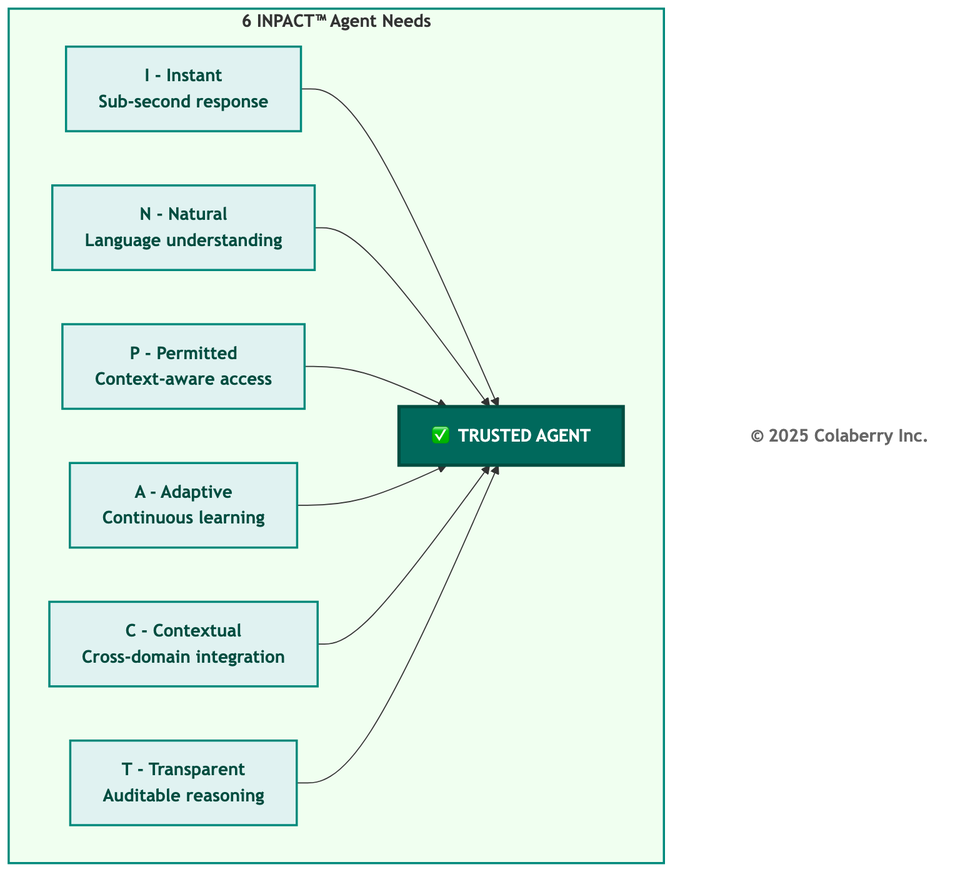
Earlier version of the Mermaid export manuscript/figures/01_chapter_0_trust_before_intelligence-diagram-03.png (saitejesh-cyber/trust-before-intelligence-book). Its source is kept beside it as mermaid-source/01_chapter_0_trust_before_intelligence-diagram-03.mmd.
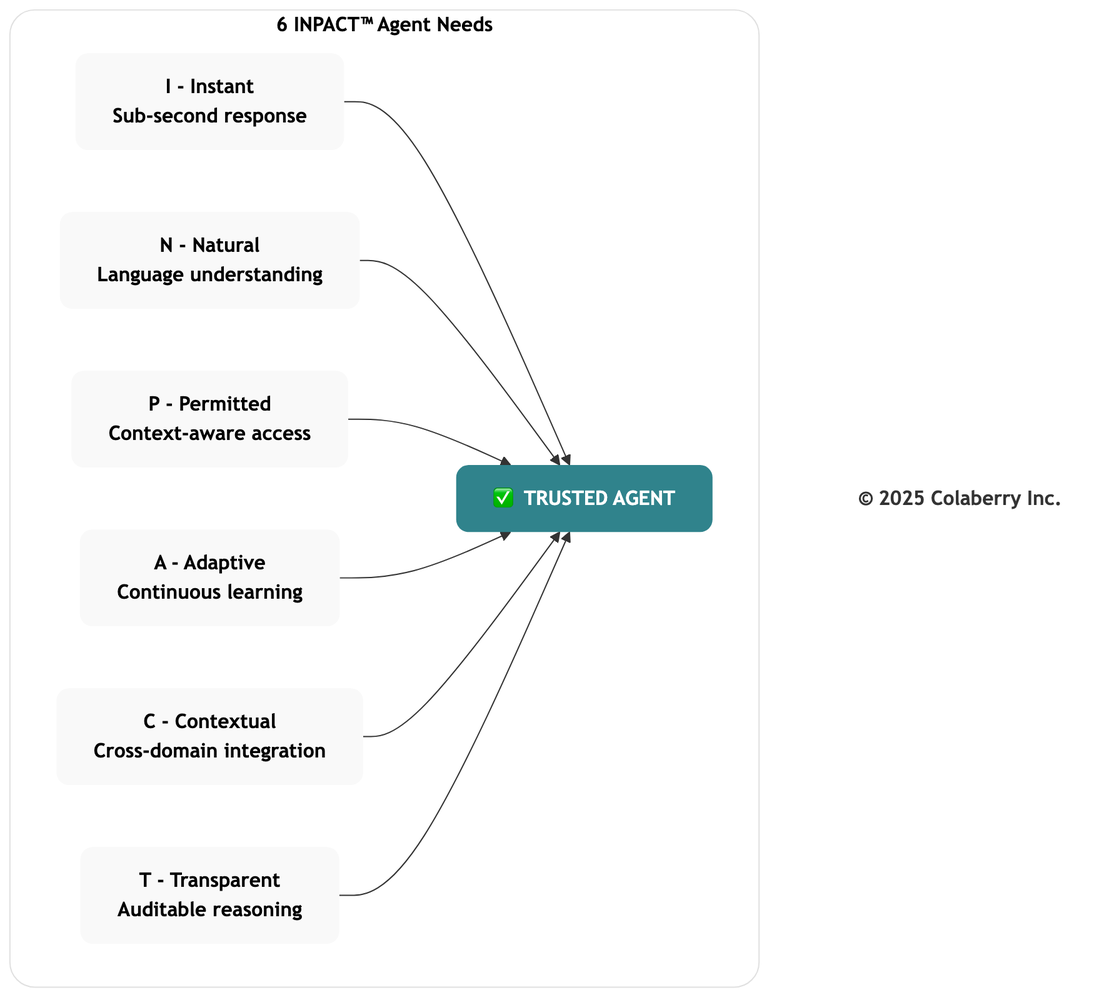
After the commit.

The edit, as a diff of the source:
```diff
@@ -19,12 +19,12 @@
 
     Copyright["<b>© 2025 Colaberry Inc.</b>"]
 
-    style HITL fill:#f0fff0,stroke:#00897b,stroke-width:2px
-    style I fill:#e0f2f1,stroke:#00897b,stroke-width:2px,color:#004d40
-    style N fill:#e0f2f1,stroke:#00897b,stroke-width:2px,color:#004d40
-    style P fill:#e0f2f1,stroke:#00897b,stroke-width:2px,color:#004d40
-    style A fill:#e0f2f1,stroke:#00897b,stroke-width:2px,color:#004d40
-    style C fill:#e0f2f1,stroke:#00897b,stroke-width:2px,color:#004d40
-    style T fill:#e0f2f1,stroke:#00897b,stroke-width:2px,color:#004d40
-    style Trust fill:#00695c,color:#ffffff,stroke:#004d40,stroke-width:3px
-    style Copyright fill:#ffffff,stroke:none,color:#666666
+    style HITL fill:#ffffff,stroke:#e0e0e0,stroke-width:1px,color:#000000,rx:20,ry:20
+    style I fill:#f9f9f9,stroke:none,color:#000000,rx:10,ry:10
+    style N fill:#f9f9f9,stroke:none,color:#000000,rx:10,ry:10
+    style P fill:#f9f9f9,stroke:none,color:#000000,rx:10,ry:10
+    style A fill:#f9f9f9,stroke:none,color:#000000,rx:10,ry:10
+    style C fill:#f9f9f9,stroke:none,color:#000000,rx:10,ry:10
+    style T fill:#f9f9f9,stroke:none,color:#000000,rx:10,ry:10
+    style Trust fill:#30838C,stroke:none,color:#ffffff,rx:10,ry:10
+    style Copyright fill:none,stroke:none,color:#333333
```
